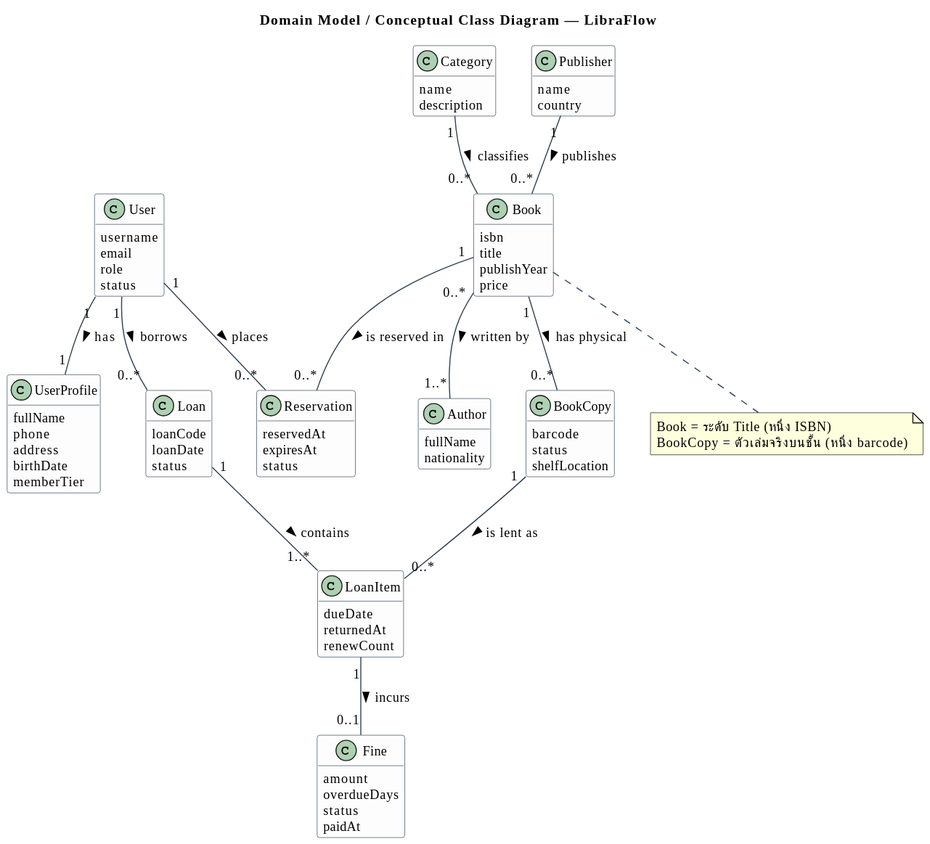
Above: doc/diagrams/images/03-domain-model.svg in boatrocl/library_book_management (PlantUML), before the change.
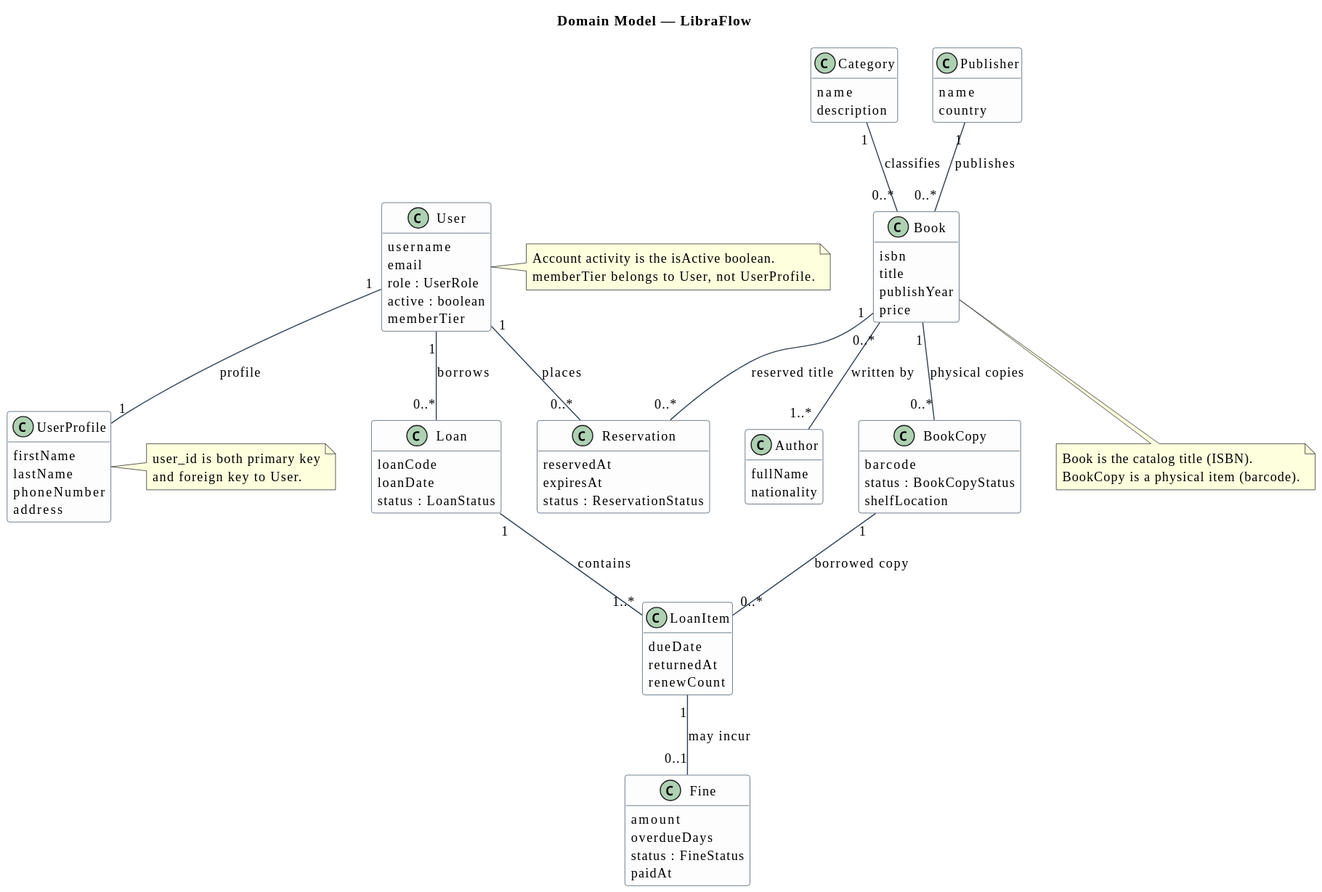
After the commit.

What changed in the source:
```diff
@@ -1,5 +1,5 @@
 @startuml
-title Domain Model / Conceptual Class Diagram — LibraFlow
+title Domain Model — LibraFlow
 
 skinparam defaultFontName "Tahoma"
 skinparam defaultFontSize 13
@@ -14,16 +14,16 @@
 class User {
   username
   email
-  role
-  status
+  role : UserRole
+  active : boolean
+  memberTier
 }
 
 class UserProfile {
-  fullName
-  phone
+  firstName
+  lastName
+  phoneNumber
   address
-  birthDate
-  memberTier
 }
 
 class Category {
@@ -50,14 +50,14 @@
 
 class BookCopy {
   barcode
-  status
+  status : BookCopyStatus
   shelfLocation
 }
 
 class Loan {
   loanCode
   loanDate
-  status
+  status : LoanStatus
 }
 
 class LoanItem {
@@ -69,30 +69,40 @@
 class Fine {
   amount
   overdueDays
-  status
+  status : FineStatus
   paidAt
 }
 
 class Reservation {
   reservedAt
   expiresAt
-  status
+  status : ReservationStatus
 }
 
-User "1" -- "1" UserProfile : has >
-User "1" -- "0..*" Loan : borrows >
-User "1" -- "0..*" Reservation : places >
-Category "1" -- "0..*" Book : classifies >
-Publisher "1" -- "0..*" Book : publishes >
-Book "0..*" -- "1..*" Author : written by >
-Book "1" -- "0..*" BookCopy : has physical >
-Book "1" -- "0..*" Reservation : is reserved in >
-Loan "1" -- "1..*" LoanItem : contains >
-BookCopy "1" -- "0..*" LoanItem : is lent as >
-LoanItem "1" -- "0..1" Fine : incurs >
+User "1" -- "1" UserProfile : profile
+User "1" -- "0..*" Loan : borrows
+User "1" -- "0..*" Reservation : places
+Category "1" -- "0..*" Book : classifies
+Publisher "1" -- "0..*" Book : publishes
+Book "0..*" -- "1..*" Author : written by
+Book "1" -- "0..*" BookCopy : physical copies
+Book "1" -- "0..*" Reservation : reserved title
+Loan "1" -- "1..*" LoanItem : contains
+BookCopy "1" -- "0..*" LoanItem : borrowed copy
+LoanItem "1" -- "0..1" Fine : may incur
+
+note right of User
+  Account activity is the isActive boolean.
+  memberTier belongs to User, not UserProfile.
+end note
+
+note right of UserProfile
+  user_id is both primary key
+  and foreign key to User.
+end note
 
 note bottom of Book
-  Book = ระดับ Title (หนึ่ง ISBN)
-  BookCopy = ตัวเล่มจริงบนชั้น (หนึ่ง barcode)
+  Book is the catalog title (ISBN).
+  BookCopy is a physical item (barcode).
 end note
 @enduml
```
